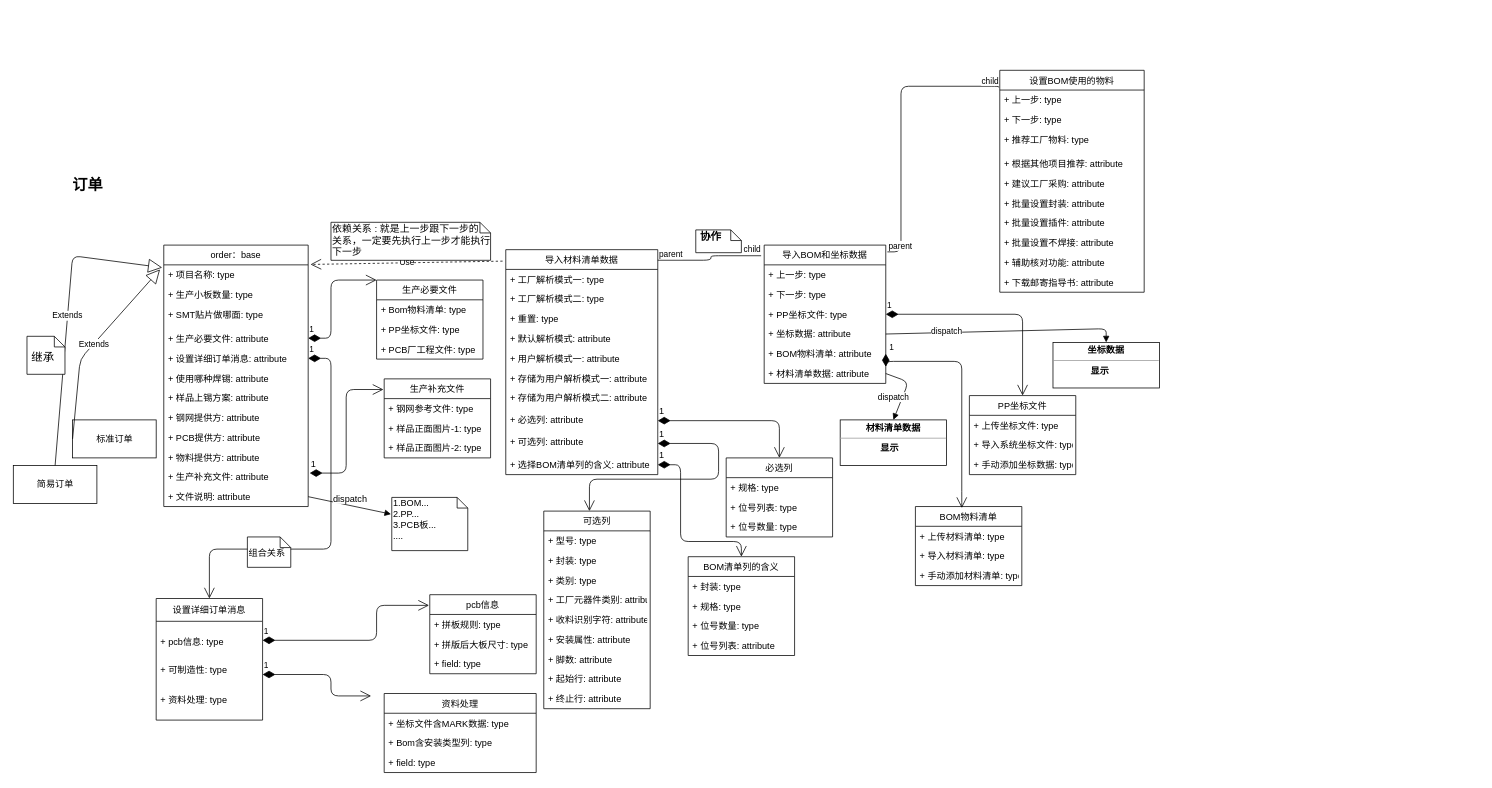
Earlier version of the draw.io diagram test Diagram.drawio (Xiexx-97Len/shulian). Source tidied: cells renumbered, new cells numbered last; positions are measured from the earlier drawing's top-left corner, leaving out a move shared by most shapes. Both pictures are drawn from the tidied source at 76%, with x=0, y=0 at pixel (13, 70).
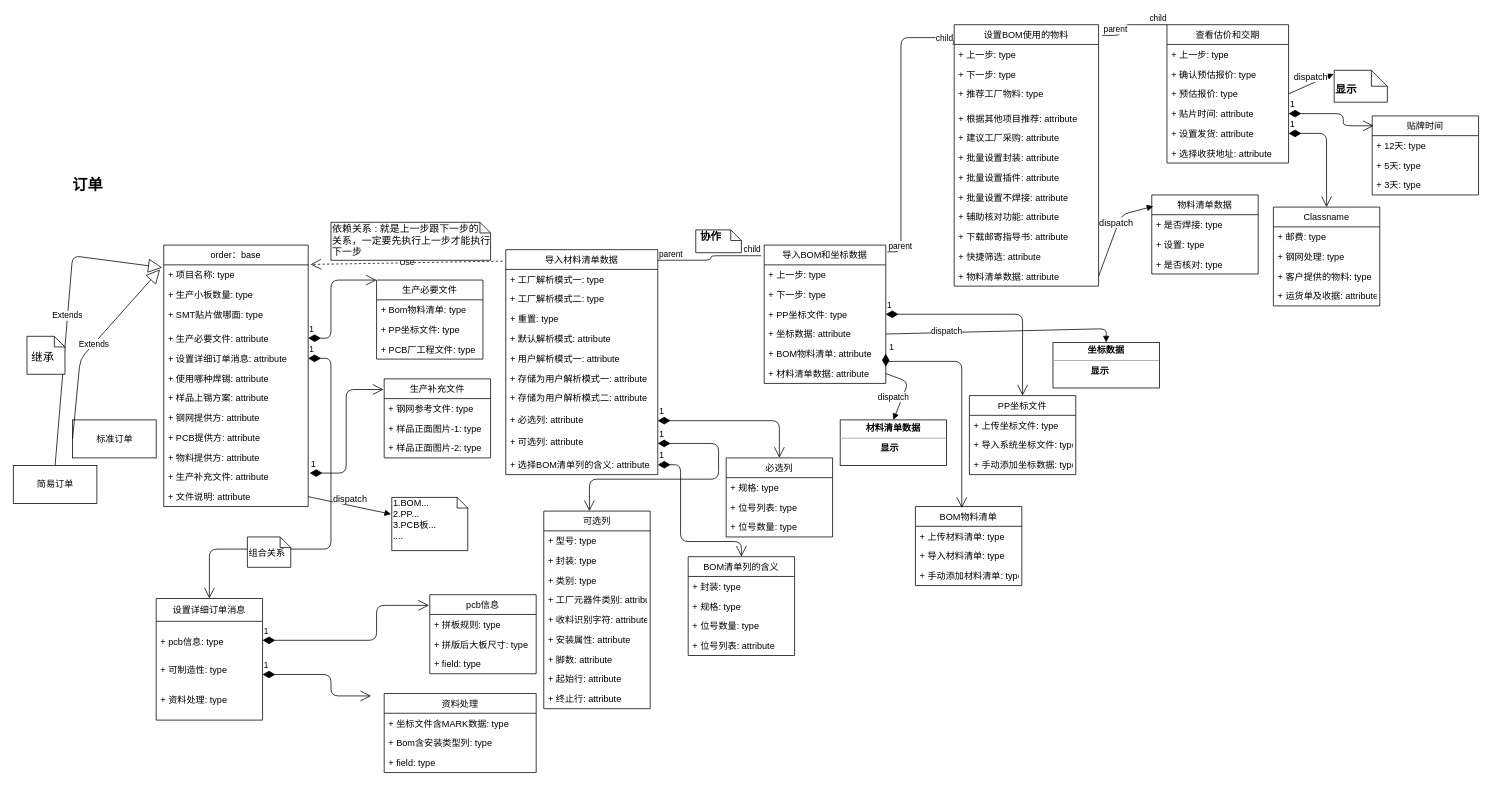
The same diagram, later.

Unchanged cells that the change refers to:
```xml
<mxCell id="91" value="导入BOM和坐标数据" style="swimlane;fontStyle=0;horizontal=1;startSize=26;fillColor=none;" parent="1" vertex="1">
  <mxGeometry x="988" y="230" width="160" height="182" as="geometry" />
</mxCell>
```

Diff of the diagram source:
```diff
@@
     <mxCell id="109" style="endArrow=none;html=1;edgeStyle=orthogonalEdgeStyle;fontSize=12;exitX=1.013;exitY=0.049;exitDx=0;exitDy=0;exitPerimeter=0;entryX=-0.007;entryY=0.077;entryDx=0;entryDy=0;entryPerimeter=0;" parent="1" edge="1" source="91" target="112">
       <mxGeometry relative="1" as="geometry">
         <Array as="points">
           <mxPoint x="1168" y="239" />
-          <mxPoint x="1168" y="21" />
+          <mxPoint x="1168" y="-43" />
         </Array>
       </mxGeometry>
     </mxCell>
@@
     <mxCell id="112" value="设置BOM使用的物料" style="swimlane;fontStyle=0;horizontal=1;startSize=26;fillColor=none;fontSize=12;" parent="1" vertex="1">
-      <mxGeometry x="1298" width="190" height="292" as="geometry" />
+      <mxGeometry x="1238" y="-60" width="190" height="344" as="geometry" />
     </mxCell>
@@
+    <mxCell id="123" value="+ 快捷筛选: attribute" style="text;strokeColor=none;fillColor=none;align=left;verticalAlign=top;spacingLeft=4;spacingRight=4;overflow=hidden;fontSize=12;" parent="112" vertex="1">
+      <mxGeometry y="292" width="190" height="26" as="geometry" />
+    </mxCell>
+    <mxCell id="124" value="+ 物料清单数据: attribute" style="text;strokeColor=none;fillColor=none;align=left;verticalAlign=top;spacingLeft=4;spacingRight=4;overflow=hidden;points=[[0,0.5],[1,0.5]];portConstraint=eastwest;fontSize=12;" parent="112" vertex="1">
+      <mxGeometry y="318" width="190" height="26" as="geometry" />
+    </mxCell>
+    <mxCell id="125" value="dispatch" style="html=1;verticalAlign=bottom;endArrow=block;fontSize=12;exitX=1;exitY=0.5;exitDx=0;exitDy=0;entryX=0.014;entryY=0.144;entryDx=0;entryDy=0;entryPerimeter=0;" parent="1" edge="1" source="124" target="149">
+      <mxGeometry relative="1" as="geometry">
+        <Array as="points">
+          <mxPoint x="1458" y="190" />
+        </Array>
+      </mxGeometry>
+    </mxCell>
+    <mxCell id="126" style="endArrow=none;html=1;edgeStyle=orthogonalEdgeStyle;fontSize=12;exitX=1.026;exitY=0.041;exitDx=0;exitDy=0;exitPerimeter=0;entryX=0;entryY=0;entryDx=0;entryDy=0;" parent="1" edge="1" source="112" target="133">
+      <mxGeometry relative="1" as="geometry">
+        <Array as="points">
+          <mxPoint x="1458" y="-46" />
+          <mxPoint x="1458" y="-60" />
+        </Array>
+      </mxGeometry>
+    </mxCell>
+    <mxCell id="127" value="parent" style="edgeLabel;html=1;align=left;verticalAlign=bottom;" parent="126" vertex="1">
+      <mxGeometry x="-1" relative="1" as="geometry" />
+    </mxCell>
+    <mxCell id="128" value="child" style="edgeLabel;html=1;align=right;verticalAlign=bottom;" parent="126" vertex="1">
+      <mxGeometry x="1" relative="1" as="geometry" />
+    </mxCell>
+    <mxCell id="129" value="&lt;font style=&quot;font-size: 14px&quot;&gt;&lt;b&gt;&amp;nbsp;&lt;br&gt;显示&lt;/b&gt;&lt;/font&gt;" style="shape=note;whiteSpace=wrap;html=1;size=21;verticalAlign=top;align=left;spacingTop=-6;fontSize=12;" parent="1" vertex="1">
+      <mxGeometry x="1738" width="70" height="42" as="geometry" />
+    </mxCell>
+    <mxCell id="130" value="dispatch" style="html=1;verticalAlign=bottom;endArrow=block;fontSize=12;exitX=1;exitY=0.5;exitDx=0;exitDy=0;entryX=-0.01;entryY=0.114;entryDx=0;entryDy=0;entryPerimeter=0;" parent="1" edge="1" source="136" target="129">
+      <mxGeometry relative="1" as="geometry" />
+    </mxCell>
+    <mxCell id="131" value="1" style="endArrow=open;html=1;endSize=12;startArrow=diamondThin;startSize=14;startFill=1;edgeStyle=orthogonalEdgeStyle;align=left;verticalAlign=bottom;fontSize=12;entryX=0.014;entryY=0.125;entryDx=0;entryDy=0;entryPerimeter=0;exitX=1;exitY=0.5;exitDx=0;exitDy=0;" parent="1" edge="1" source="137" target="140">
+      <mxGeometry x="-1" y="3" relative="1" as="geometry">
+        <Array as="points">
+          <mxPoint x="1750" y="57" />
+        </Array>
+      </mxGeometry>
+    </mxCell>
+    <mxCell id="132" value="1" style="endArrow=open;html=1;endSize=12;startArrow=diamondThin;startSize=14;startFill=1;edgeStyle=orthogonalEdgeStyle;align=left;verticalAlign=bottom;fontSize=12;exitX=1;exitY=0.5;exitDx=0;exitDy=0;entryX=0.5;entryY=0;entryDx=0;entryDy=0;" parent="1" edge="1" source="138" target="144">
+      <mxGeometry x="-1" y="3" relative="1" as="geometry">
+        <Array as="points">
+          <mxPoint x="1728" y="83" />
+        </Array>
+      </mxGeometry>
+    </mxCell>
+    <mxCell id="133" value="查看估价和交期" style="swimlane;fontStyle=0;horizontal=1;startSize=26;fillColor=none;fontSize=12;" parent="1" vertex="1">
+      <mxGeometry x="1518" y="-60" width="160" height="182" as="geometry" />
+    </mxCell>
+    <mxCell id="134" value="+ 上一步: type" style="text;strokeColor=none;fillColor=none;align=left;verticalAlign=top;spacingLeft=4;spacingRight=4;overflow=hidden;" parent="133" vertex="1">
+      <mxGeometry y="26" width="160" height="26" as="geometry" />
+    </mxCell>
+    <mxCell id="135" value="+ 确认预估报价: type" style="text;strokeColor=none;fillColor=none;align=left;verticalAlign=top;spacingLeft=4;spacingRight=4;overflow=hidden;" parent="133" vertex="1">
+      <mxGeometry y="52" width="160" height="26" as="geometry" />
+    </mxCell>
+    <mxCell id="136" value="+ 预估报价: type" style="text;strokeColor=none;fillColor=none;align=left;verticalAlign=top;spacingLeft=4;spacingRight=4;overflow=hidden;points=[[0,0.5],[1,0.5]];portConstraint=eastwest;" parent="133" vertex="1">
+      <mxGeometry y="78" width="160" height="26" as="geometry" />
+    </mxCell>
+    <mxCell id="137" value="+ 贴片时间: attribute" style="text;strokeColor=none;fillColor=none;align=left;verticalAlign=top;spacingLeft=4;spacingRight=4;overflow=hidden;points=[[0,0.5],[1,0.5]];portConstraint=eastwest;fontSize=12;" parent="133" vertex="1">
+      <mxGeometry y="104" width="160" height="26" as="geometry" />
+    </mxCell>
+    <mxCell id="138" value="+ 设置发货: attribute" style="text;strokeColor=none;fillColor=none;align=left;verticalAlign=top;spacingLeft=4;spacingRight=4;overflow=hidden;points=[[0,0.5],[1,0.5]];portConstraint=eastwest;fontSize=12;" parent="133" vertex="1">
+      <mxGeometry y="130" width="160" height="26" as="geometry" />
+    </mxCell>
+    <mxCell id="139" value="+ 选择收获地址: attribute" style="text;strokeColor=none;fillColor=none;align=left;verticalAlign=top;spacingLeft=4;spacingRight=4;overflow=hidden;fontSize=12;" parent="133" vertex="1">
+      <mxGeometry y="156" width="160" height="26" as="geometry" />
+    </mxCell>
+    <mxCell id="140" value="贴牌时间" style="swimlane;fontStyle=0;horizontal=1;startSize=26;fillColor=none;fontSize=12;" parent="1" vertex="1">
+      <mxGeometry x="1788" y="60" width="140" height="104" as="geometry" />
+    </mxCell>
+    <mxCell id="141" value="+ 12天: type" style="text;strokeColor=none;fillColor=none;align=left;verticalAlign=top;spacingLeft=4;spacingRight=4;overflow=hidden;" parent="140" vertex="1">
+      <mxGeometry y="26" width="140" height="26" as="geometry" />
+    </mxCell>
+    <mxCell id="142" value="+ 5天: type" style="text;strokeColor=none;fillColor=none;align=left;verticalAlign=top;spacingLeft=4;spacingRight=4;overflow=hidden;" parent="140" vertex="1">
+      <mxGeometry y="52" width="140" height="26" as="geometry" />
+    </mxCell>
+    <mxCell id="143" value="+ 3天: type" style="text;strokeColor=none;fillColor=none;align=left;verticalAlign=top;spacingLeft=4;spacingRight=4;overflow=hidden;" parent="140" vertex="1">
+      <mxGeometry y="78" width="140" height="26" as="geometry" />
+    </mxCell>
+    <mxCell id="144" value="Classname" style="swimlane;fontStyle=0;horizontal=1;startSize=26;fillColor=none;fontSize=12;" parent="1" vertex="1">
+      <mxGeometry x="1658" y="180" width="140" height="130" as="geometry" />
+    </mxCell>
+    <mxCell id="145" value="+ 邮费: type" style="text;strokeColor=none;fillColor=none;align=left;verticalAlign=top;spacingLeft=4;spacingRight=4;overflow=hidden;" parent="144" vertex="1">
+      <mxGeometry y="26" width="140" height="26" as="geometry" />
+    </mxCell>
+    <mxCell id="146" value="+ 钢网处理: type" style="text;strokeColor=none;fillColor=none;align=left;verticalAlign=top;spacingLeft=4;spacingRight=4;overflow=hidden;" parent="144" vertex="1">
+      <mxGeometry y="52" width="140" height="26" as="geometry" />
+    </mxCell>
+    <mxCell id="147" value="+ 客户提供的物料: type" style="text;strokeColor=none;fillColor=none;align=left;verticalAlign=top;spacingLeft=4;spacingRight=4;overflow=hidden;" parent="144" vertex="1">
+      <mxGeometry y="78" width="140" height="26" as="geometry" />
+    </mxCell>
+    <mxCell id="148" value="+ 运货单及收据: attribute" style="text;strokeColor=none;fillColor=none;align=left;verticalAlign=top;spacingLeft=4;spacingRight=4;overflow=hidden;fontSize=12;" parent="144" vertex="1">
+      <mxGeometry y="104" width="140" height="26" as="geometry" />
+    </mxCell>
+    <mxCell id="149" value="物料清单数据" style="swimlane;fontStyle=0;horizontal=1;startSize=26;fillColor=none;fontSize=12;" parent="1" vertex="1">
+      <mxGeometry x="1498" y="164" width="140" height="104" as="geometry" />
+    </mxCell>
+    <mxCell id="150" value="+ 是否焊接: type" style="text;strokeColor=none;fillColor=none;align=left;verticalAlign=top;spacingLeft=4;spacingRight=4;overflow=hidden;" parent="149" vertex="1">
+      <mxGeometry y="26" width="140" height="26" as="geometry" />
+    </mxCell>
+    <mxCell id="151" value="+ 设置: type" style="text;strokeColor=none;fillColor=none;align=left;verticalAlign=top;spacingLeft=4;spacingRight=4;overflow=hidden;" parent="149" vertex="1">
+      <mxGeometry y="52" width="140" height="26" as="geometry" />
+    </mxCell>
+    <mxCell id="152" value="+ 是否核对: type" style="text;strokeColor=none;fillColor=none;align=left;verticalAlign=top;spacingLeft=4;spacingRight=4;overflow=hidden;" parent="149" vertex="1">
+      <mxGeometry y="78" width="140" height="26" as="geometry" />
+    </mxCell>
```
